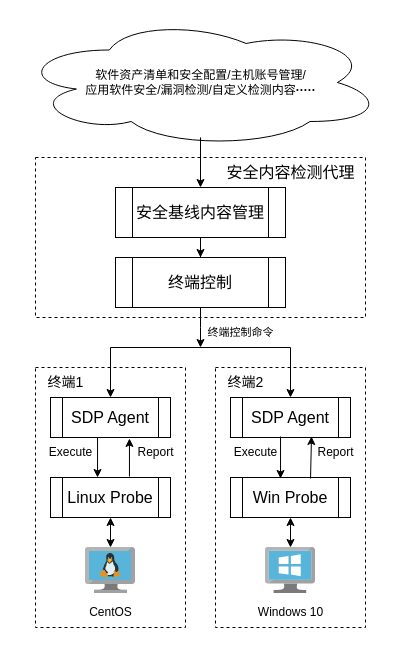
This is testDirectory/安全基线2.drawio from Moose1273/-, a draw.io file, before an edit. Source tidied: cells renumbered, new cells numbered last; positions are measured from the earlier drawing's top-left corner, leaving out a move shared by most shapes. Both pictures are drawn from the tidied source at 100%, with x=0, y=0 at pixel (18, 17).
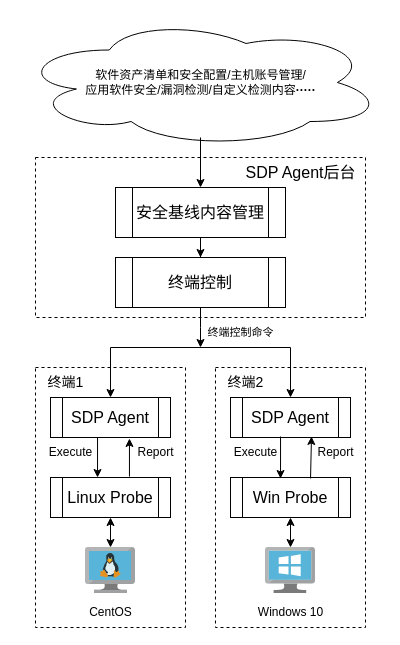
The same page after the edit.

Commit message (it also covers changes not shown here):
更新安全基线2.drawio

Diff of the diagram source:
```diff
@@
-    <mxCell id="31" value="&lt;font style=&quot;font-size: 16px;&quot;&gt;安全内容检测代理&lt;/font&gt;" style="text;html=1;align=center;verticalAlign=middle;strokeColor=none;fillColor=none;" parent="1" vertex="1">
-      <mxGeometry x="197" y="140" width="150" height="30" as="geometry" />
+    <mxCell id="31" value="&lt;span style=&quot;font-size: 16px;&quot;&gt;SDP Agent后台&lt;/span&gt;" style="text;html=1;align=center;verticalAlign=middle;strokeColor=none;fillColor=none;" parent="1" vertex="1">
+      <mxGeometry x="217" y="140" width="130" height="30" as="geometry" />
     </mxCell>
```
